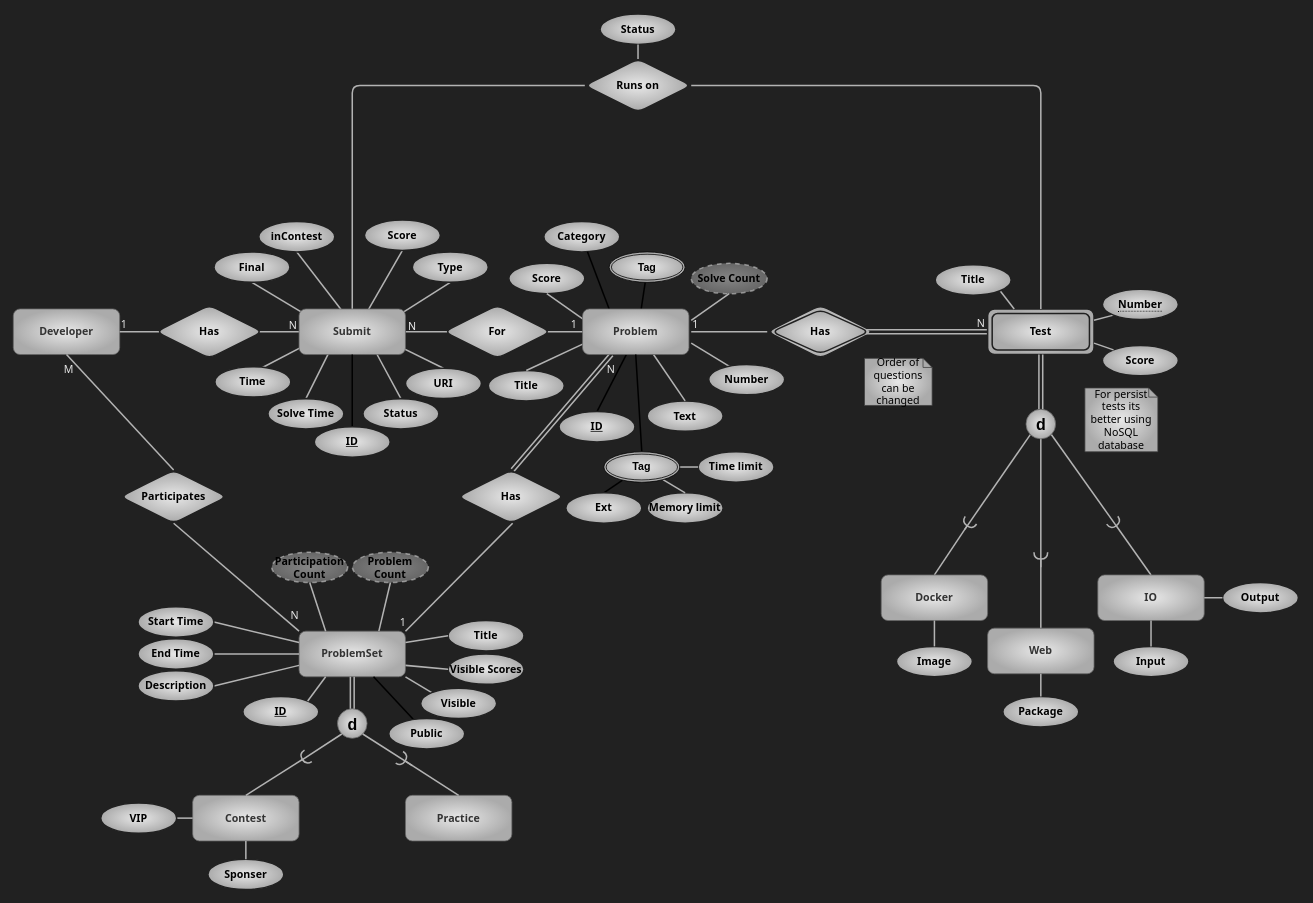
Before: page "problemset" (4 of 5) of assets/er.drawio in kntu-db/quera-norm, a draw.io diagram. Source tidied: cells renumbered, new cells numbered last; positions are measured from the earlier drawing's top-left corner, leaving out a move shared by most shapes. Both pictures are drawn from the tidied source at 76%, with x=0, y=0 at pixel (13, 14).
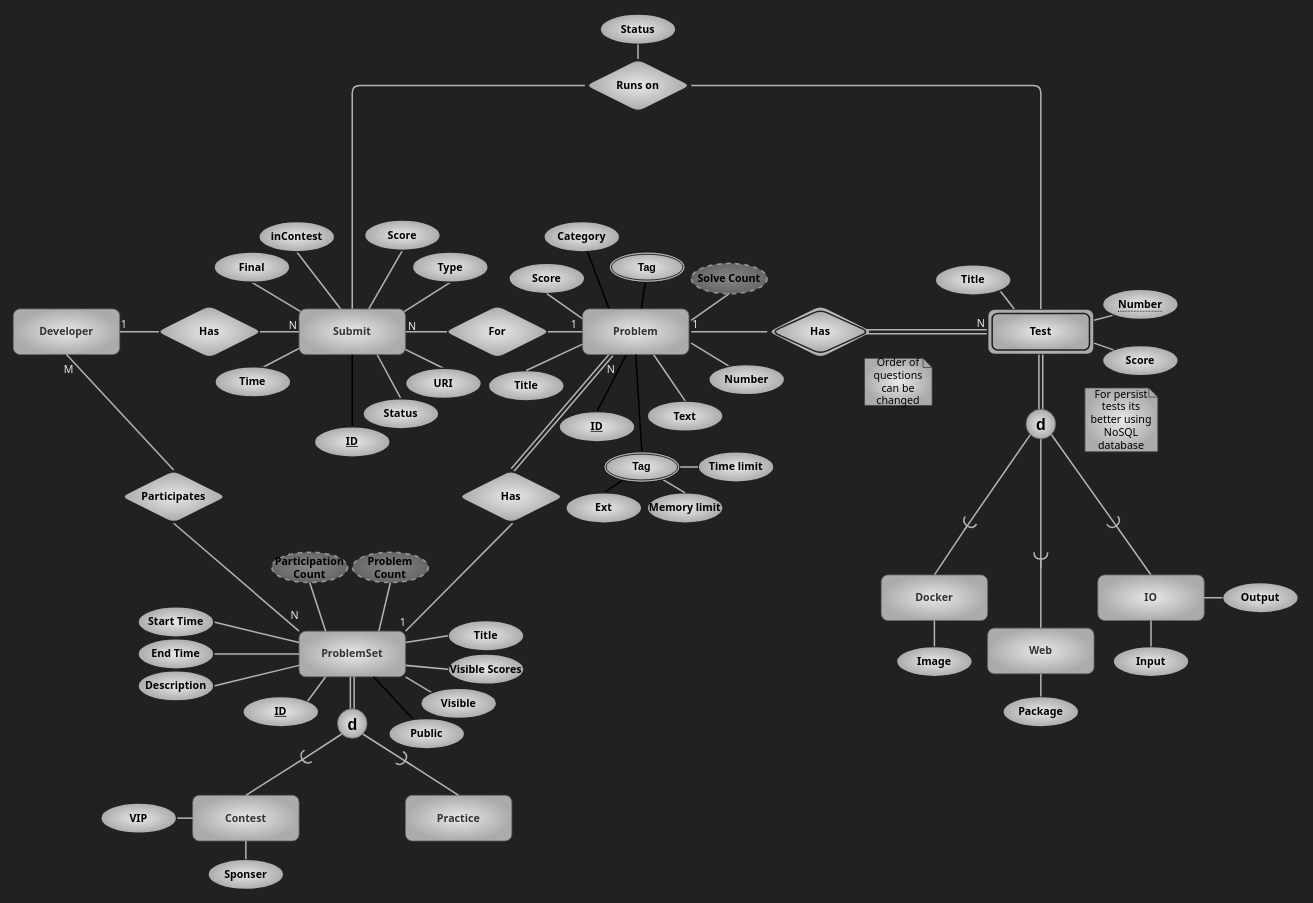
Above is the later version.

What changed in the source:
```diff
@@
-    <mxCell id="16" style="endArrow=none;html=1;rounded=1;fontFamily=Tahoma;fontSize=14;fontColor=#000000;strokeWidth=2;sketch=0;shadow=0;fillColor=none;strokeColor=#B3B3B3;entryX=0.3;entryY=0.814;entryDx=0;entryDy=0;entryPerimeter=0;exitX=0.5;exitY=0;exitDx=0;exitDy=0;" parent="1" edge="1" source="17">
-      <mxGeometry relative="1" as="geometry">
-        <mxPoint x="418" y="440" as="targetPoint" />
-      </mxGeometry>
-    </mxCell>
-    <mxCell id="17" value="Solve Time" style="ellipse;whiteSpace=wrap;html=1;align=center;rounded=1;labelBackgroundColor=none;fontFamily=Tahoma;fontSize=14;fontColor=#000000;strokeColor=#212121;strokeWidth=2;fillColor=#E8E8E8;gradientColor=#ABABAB;gradientDirection=radial;fontStyle=1;" parent="1" vertex="1">
-      <mxGeometry x="335" y="506" width="100" height="40" as="geometry" />
-    </mxCell>
```
